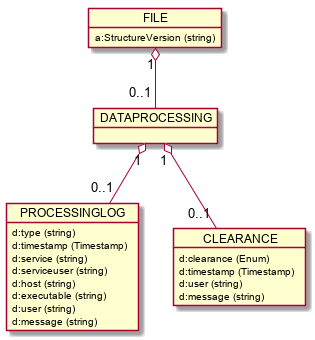
Before: images/generated/rcmdx_file_group.png, a diagram exported from PlantUML (OpenRailAssociation/rcm-dx). Source of this version:
```plantuml
@startuml rcmdx_file_group

  object FILE {
    a:StructureVersion (string)
  }

  object DATAPROCESSING {
  }
  FILE "1" o-- "0..1" DATAPROCESSING

  object PROCESSINGLOG {
    d:type (string)
    d:timestamp (Timestamp)
    d:service (string)
    d:serviceuser (string)
    d:host (string)
    d:executable (string)
    d:user (string)
    d:message (string)
  }
  DATAPROCESSING "1" o-- "0..1" PROCESSINGLOG

  object CLEARANCE {
    d:clearance (Enum)
    d:timestamp (Timestamp)
    d:user (string)
    d:message (string)
  }
  DATAPROCESSING "1" o-- "0..1" CLEARANCE
@enduml
```
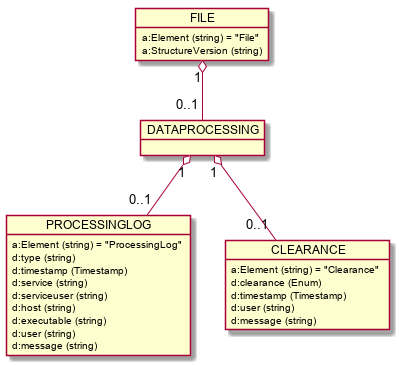
After the change.

Change to the diagram source:
```diff
@@ -1,6 +1,7 @@
 @startuml rcmdx_file_group
 
   object FILE {
+    a:Element (string) = "File"
     a:StructureVersion (string)
   }
 
@@ -9,6 +10,7 @@
   FILE "1" o-- "0..1" DATAPROCESSING
 
   object PROCESSINGLOG {
+    a:Element (string) = "ProcessingLog"
     d:type (string)
     d:timestamp (Timestamp)
     d:service (string)
@@ -21,6 +23,7 @@
   DATAPROCESSING "1" o-- "0..1" PROCESSINGLOG
 
   object CLEARANCE {
+    a:Element (string) = "Clearance"
     d:clearance (Enum)
     d:timestamp (Timestamp)
     d:user (string)
```
